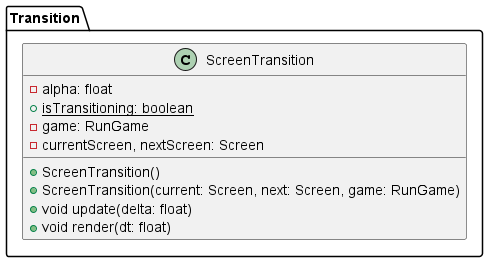
This is UML/UML Package Transition.png from trongnd106/endless-journey, a PlantUML export, as it was before one commit. Source of this version:
```plantuml
@startuml
package Transition{
class ScreenTransition {
- alpha: float
+ {static} isTransitioning: boolean
- game: RunGame
- currentScreen, nextScreen: Screen

+ ScreenTransition()
+ ScreenTransition(current: Screen, next: Screen, game: RunGame)
+ void update(delta: float)
+ void render(dt: float)
}
}
@enduml
```
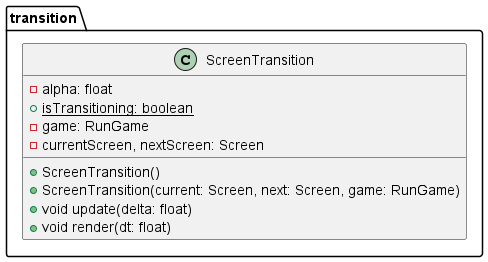
The same diagram one commit later.

Commit message:
cap nhat UML Package

Diff of the diagram source:
```diff
@@ -1,5 +1,5 @@
 @startuml
-package Transition{
+package transition{
 class ScreenTransition {
 - alpha: float
 + {static} isTransitioning: boolean
```
